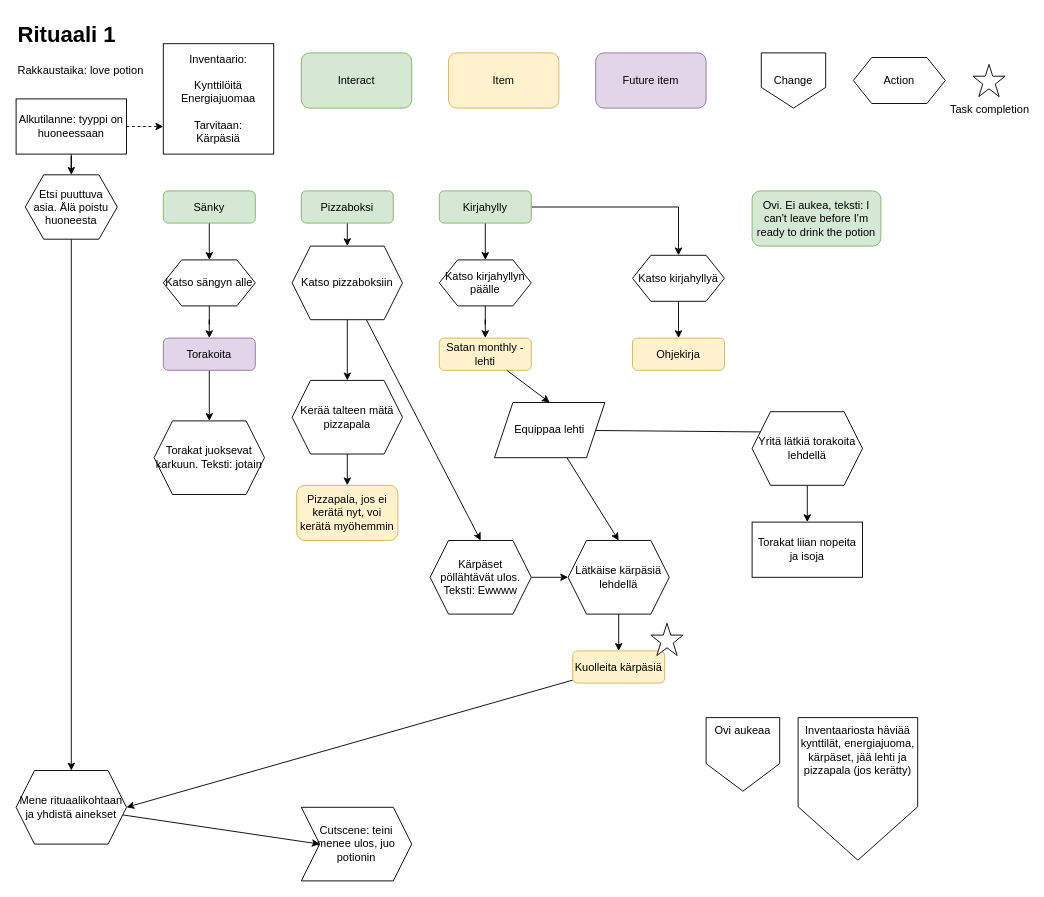
Earlier version of the draw.io diagram Rituaali1.drawio (nallemi/manaaja). Source tidied: cells renumbered, new cells numbered last; positions are measured from the earlier drawing's top-left corner, leaving out a move shared by most shapes. Both pictures are drawn from the tidied source at 92%, with x=0, y=0 at pixel (16, 16).
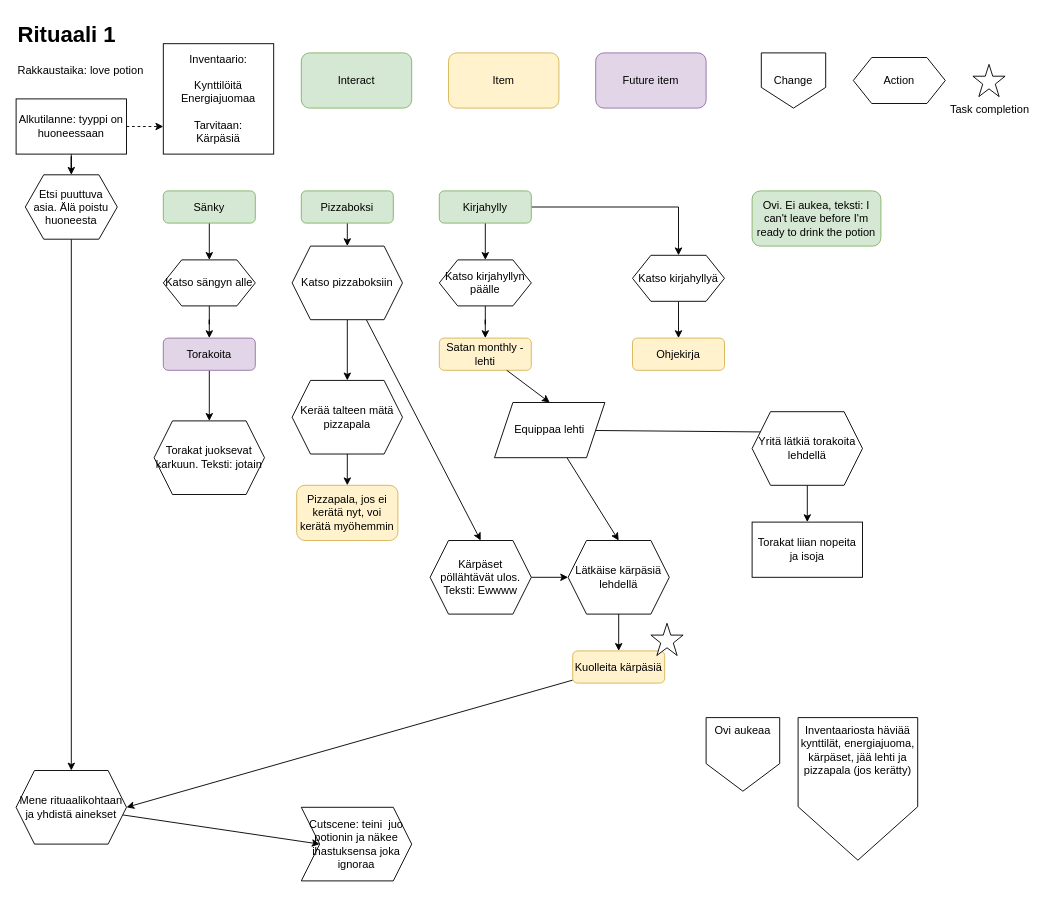
Above is the later version.

Diff of the diagram source:
```diff
@@
-    <mxCell id="52" value="Cutscene: teini menee ulos, juo potionin" style="shape=step;perimeter=stepPerimeter;whiteSpace=wrap;html=1;shapeInside=1;fixedSize=1;" parent="1" vertex="1">
+    <mxCell id="52" value="Cutscene: teini&amp;nbsp; juo potionin ja näkee ihastuksensa joka ignoraa" style="shape=step;perimeter=stepPerimeter;whiteSpace=wrap;html=1;shapeInside=1;fixedSize=1;" parent="1" vertex="1">
       <mxGeometry x="310" y="860" width="120" height="80" as="geometry" />
     </mxCell>
```
